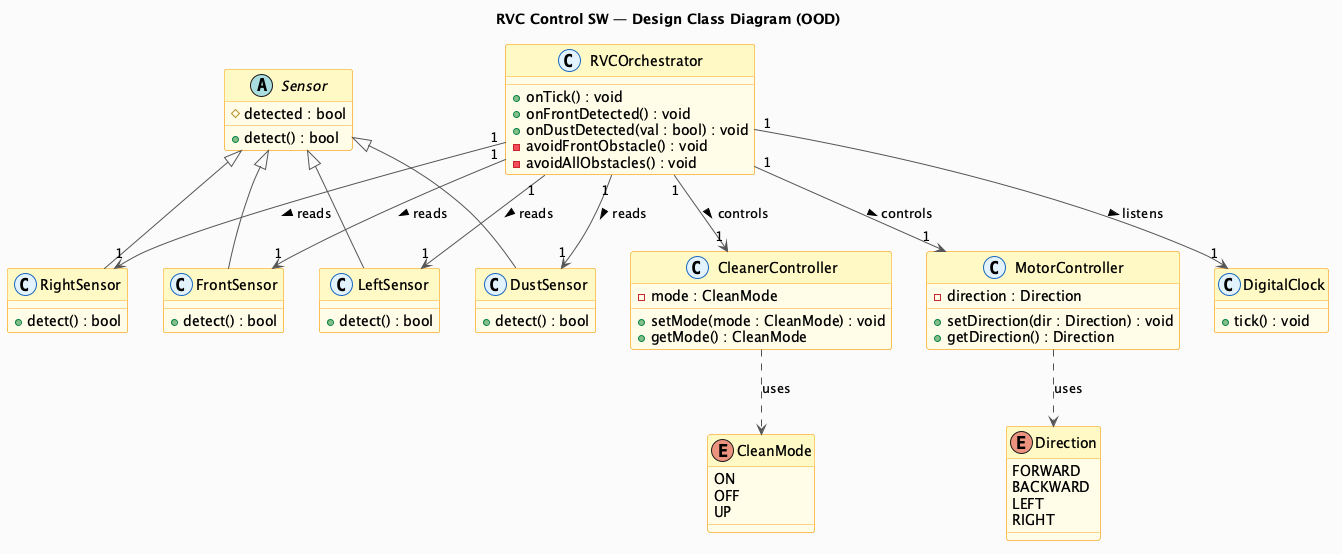
This is docs/vibe-coding/03-ood/images/ClassDiagram_OOD.png from OOP-konkuk/CICD-Team7, a PlantUML export, as it was before one commit.
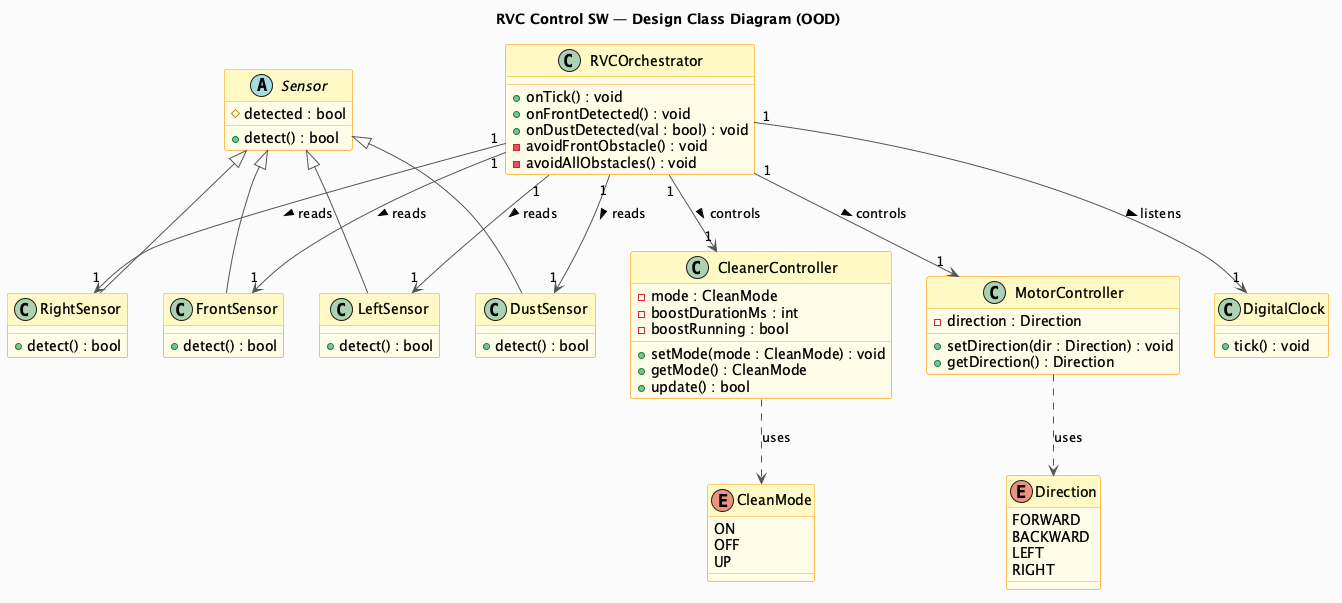
After the change.

Change to the diagram source:
```diff
@@ -4,8 +4,6 @@
 skinparam classBorderColor #F9A825
 skinparam classArrowColor #555555
 skinparam classHeaderBackgroundColor #FFF9C4
-skinparam stereotypeCBackgroundColor #E3F2FD
-skinparam stereotypeCBorderColor #1565C0
 
 title RVC Control SW — Design Class Diagram (OOD)
 
@@ -55,8 +53,11 @@
 
 class CleanerController {
   - mode : CleanMode
+  - boostDurationMs : int
+  - boostRunning : bool
   + setMode(mode : CleanMode) : void
   + getMode() : CleanMode
+  + update() : bool
 }
 
 class RVCOrchestrator {
```
